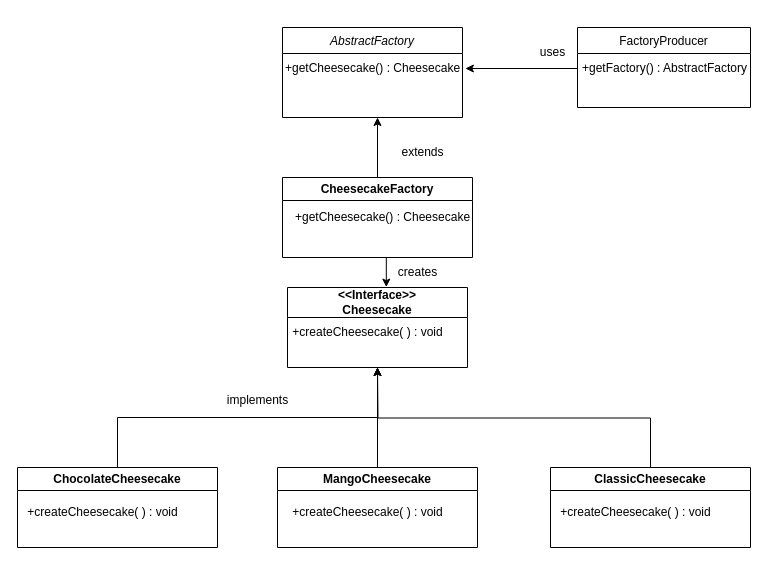
Above: Untitled Diagram.drawio in mariareee/Design_Patterns_PROJECT (draw.io), before the change. Source tidied: cells renumbered, new cells numbered last; positions are measured from the earlier drawing's top-left corner, leaving out a move shared by most shapes. Both pictures are drawn from the tidied source at 100%, with x=0, y=0 at pixel (17, 27).
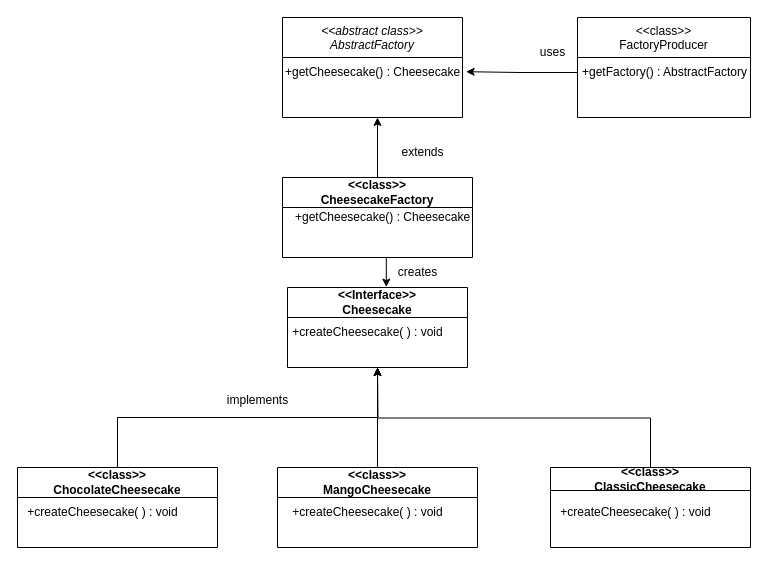
Above is the later version.

What changed in the source:
```diff
@@
-    <mxCell id="2" value="AbstractFactory" style="swimlane;fontStyle=2;align=center;verticalAlign=top;horizontal=1;startSize=26;rounded=0;shadow=0;strokeWidth=1;labelBackgroundColor=none;" parent="1" vertex="1">
-      <mxGeometry x="265" width="180" height="90" as="geometry" />
+    <mxCell id="2" value="&lt;&lt;abstract class&gt;&gt;&#10;AbstractFactory" style="swimlane;fontStyle=2;align=center;verticalAlign=top;horizontal=1;startSize=40;rounded=0;shadow=0;strokeWidth=1;labelBackgroundColor=none;" parent="1" vertex="1">
+      <mxGeometry x="265" y="-10" width="180" height="100" as="geometry" />
     </mxCell>
     <mxCell id="3" value="+getCheesecake() : Cheesecake" style="text;html=1;align=center;verticalAlign=middle;points=[];strokeColor=none;fillColor=none;labelBackgroundColor=none;" parent="2" vertex="1">
-      <mxGeometry y="26" width="180" height="30" as="geometry" />
+      <mxGeometry y="40" width="180" height="30" as="geometry" />
     </mxCell>
-    <mxCell id="4" value="FactoryProducer" style="swimlane;fontStyle=0;align=center;verticalAlign=top;horizontal=1;startSize=26;rounded=0;shadow=0;strokeWidth=1;labelBackgroundColor=none;" parent="1" vertex="1">
-      <mxGeometry x="560" width="173" height="80" as="geometry" />
+    <mxCell id="4" value="&lt;&lt;class&gt;&gt;&#10;FactoryProducer" style="swimlane;fontStyle=0;align=center;verticalAlign=top;horizontal=1;startSize=40;rounded=0;shadow=0;strokeWidth=1;labelBackgroundColor=none;" parent="1" vertex="1">
+      <mxGeometry x="560" y="-10" width="173" height="100" as="geometry" />
     </mxCell>
     <mxCell id="5" value="+getFactory() : AbstractFactory" style="text;html=1;align=center;verticalAlign=middle;points=[];strokeColor=none;fillColor=none;labelBackgroundColor=none;" parent="4" vertex="1">
-      <mxGeometry y="26" width="173" height="30" as="geometry" />
+      <mxGeometry y="40" width="173" height="30" as="geometry" />
     </mxCell>
-    <mxCell id="6" style="edgeStyle=orthogonalEdgeStyle;rounded=0;jettySize=auto;html=1;entryX=1.016;entryY=0.5;entryDx=0;entryDy=0;entryPerimeter=0;labelBackgroundColor=none;fontColor=default;" parent="1" edge="1" source="5" target="3">
+    <mxCell id="6" style="edgeStyle=orthogonalEdgeStyle;rounded=0;jettySize=auto;html=1;labelBackgroundColor=none;fontColor=default;entryX=1.02;entryY=0.473;entryDx=0;entryDy=0;entryPerimeter=0;" parent="1" edge="1" source="5" target="3">
       <mxGeometry relative="1" as="geometry" />
     </mxCell>
@@
-    <mxCell id="10" value="CheesecakeFactory" style="swimlane;whiteSpace=wrap;html=1;labelBackgroundColor=none;" parent="1" vertex="1">
+    <mxCell id="10" value="&amp;lt;&amp;lt;class&amp;gt;&amp;gt;&lt;br&gt;CheesecakeFactory" style="swimlane;whiteSpace=wrap;html=1;labelBackgroundColor=none;startSize=30;" parent="1" vertex="1">
       <mxGeometry x="265" y="150" width="190" height="80" as="geometry" />
     </mxCell>
@@
-    <mxCell id="17" value="ChocolateCheesecake" style="swimlane;whiteSpace=wrap;html=1;labelBackgroundColor=none;" parent="1" vertex="1">
+    <mxCell id="17" value="&amp;lt;&amp;lt;class&amp;gt;&amp;gt;&lt;br&gt;ChocolateCheesecake" style="swimlane;whiteSpace=wrap;html=1;labelBackgroundColor=none;startSize=30;" parent="1" vertex="1">
       <mxGeometry y="440" width="200" height="80" as="geometry" />
     </mxCell>
@@
-    <mxCell id="20" value="MangoCheesecake" style="swimlane;whiteSpace=wrap;html=1;labelBackgroundColor=none;" parent="1" vertex="1">
+    <mxCell id="20" value="&amp;lt;&amp;lt;class&amp;gt;&amp;gt;&lt;br&gt;MangoCheesecake" style="swimlane;whiteSpace=wrap;html=1;labelBackgroundColor=none;startSize=30;" parent="1" vertex="1">
       <mxGeometry x="260" y="440" width="200" height="80" as="geometry" />
     </mxCell>
@@
-    <mxCell id="23" value="ClassicCheesecake" style="swimlane;whiteSpace=wrap;html=1;labelBackgroundColor=none;" parent="1" vertex="1">
+    <mxCell id="23" value="&amp;lt;&amp;lt;class&amp;gt;&amp;gt;&lt;br&gt;ClassicCheesecake" style="swimlane;whiteSpace=wrap;html=1;labelBackgroundColor=none;" parent="1" vertex="1">
       <mxGeometry x="533" y="440" width="200" height="80" as="geometry" />
     </mxCell>
```
